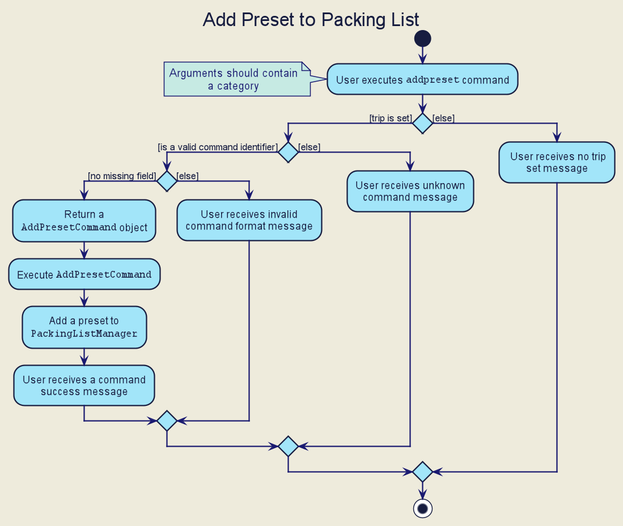
Before: docs/images/developer-guide/packing-list/AddPackingListActivityDiagram.png, a diagram exported from PlantUML (zenatrick/main).
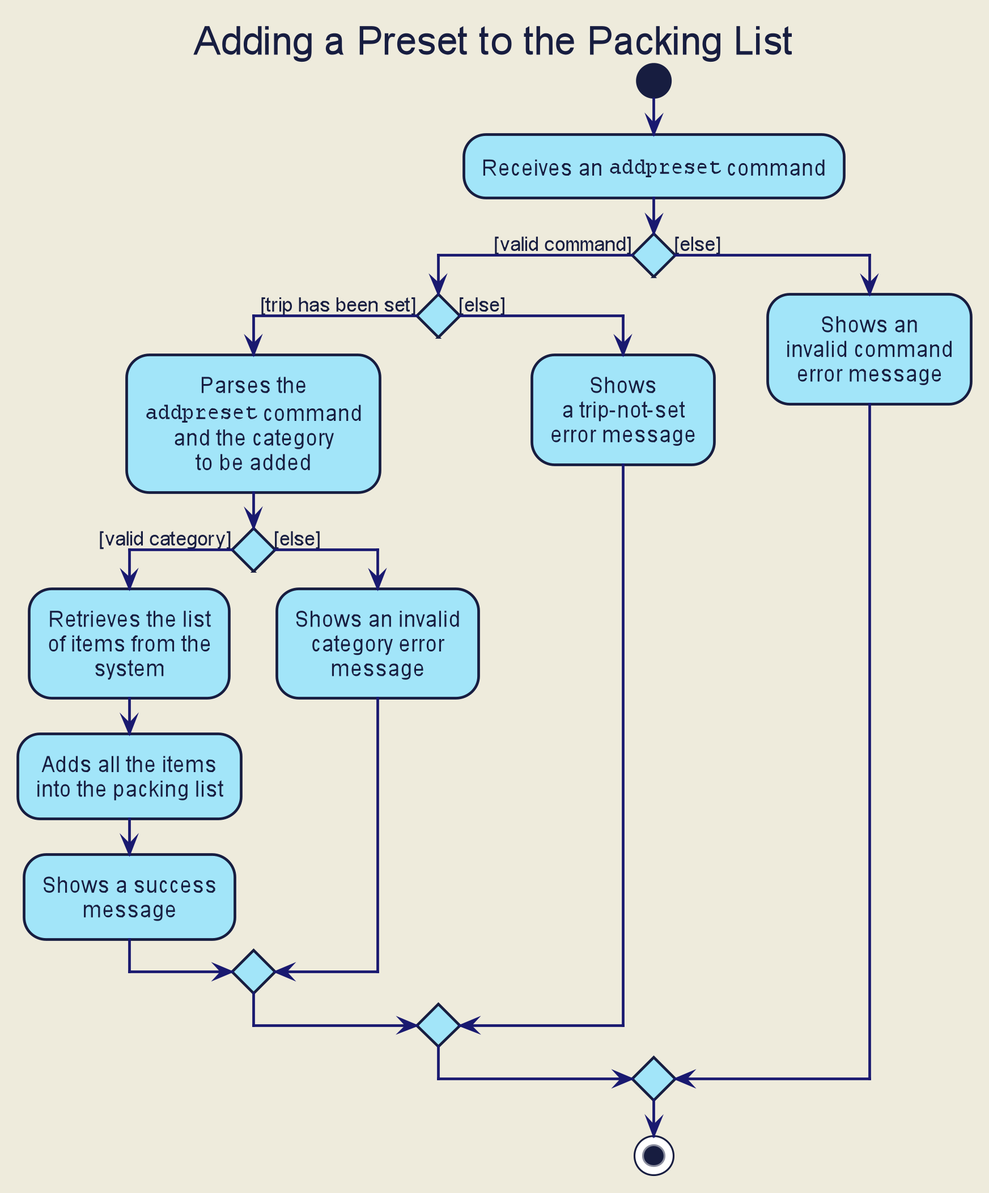
After the change.

Commit message:
Update UML diagrams of Packing List for DG

The edit, as a diff of the source:
```diff
@@ -1,4 +1,5 @@
 @startuml
+
 
 
 
@@ -101,49 +102,53 @@
 
 hide footbox
 hide circle
-title Add Preset to Packing List
+title Adding a Preset to the Packing List
 
 start
 
-:User executes ""addpreset"" command;
-note left
-  Arguments should contain
-  a category
-end note
+:Receives an ""addpreset"" command;
 
-if () then ([trip is set])
+if () then ([valid command])
 
-    if () then ([is a valid command identifier])
+    if () then ([trip has been set])
+
+            :Parses the
+            ""addpreset"" command
+            and the category
+            to be added;
+
+            if () then ([valid category])
+
+                :Retrieves the list
+                of items from the
+                system;
+
+                :Adds all the items
+                into the packing list;
+
+                :Shows a success
+                message;
+
+            else ([else])
+
+                :Shows an invalid
+                category error
+                message;
+
+            endif
 
 
-        if () then ([no missing field])
-
-                :Return a
-                ""AddPresetCommand"" object;
-
-                :Execute ""AddPresetCommand"";
-
-                :Add a preset to
-                ""PackingListManager"";
-
-                :User receives a command
-                success message;
-
-        else ([else])
-                :User receives invalid
-                command format message;
-        endif
-
     else ([else])
-        :User receives unknown
-        command message;
-
+            :Shows
+            a trip-not-set
+            error message;
     endif
 
 else ([else])
-    : User receives no trip
-    set message;
 
+    :Shows an
+    invalid command
+    error message;
 endif
 
 stop
```
